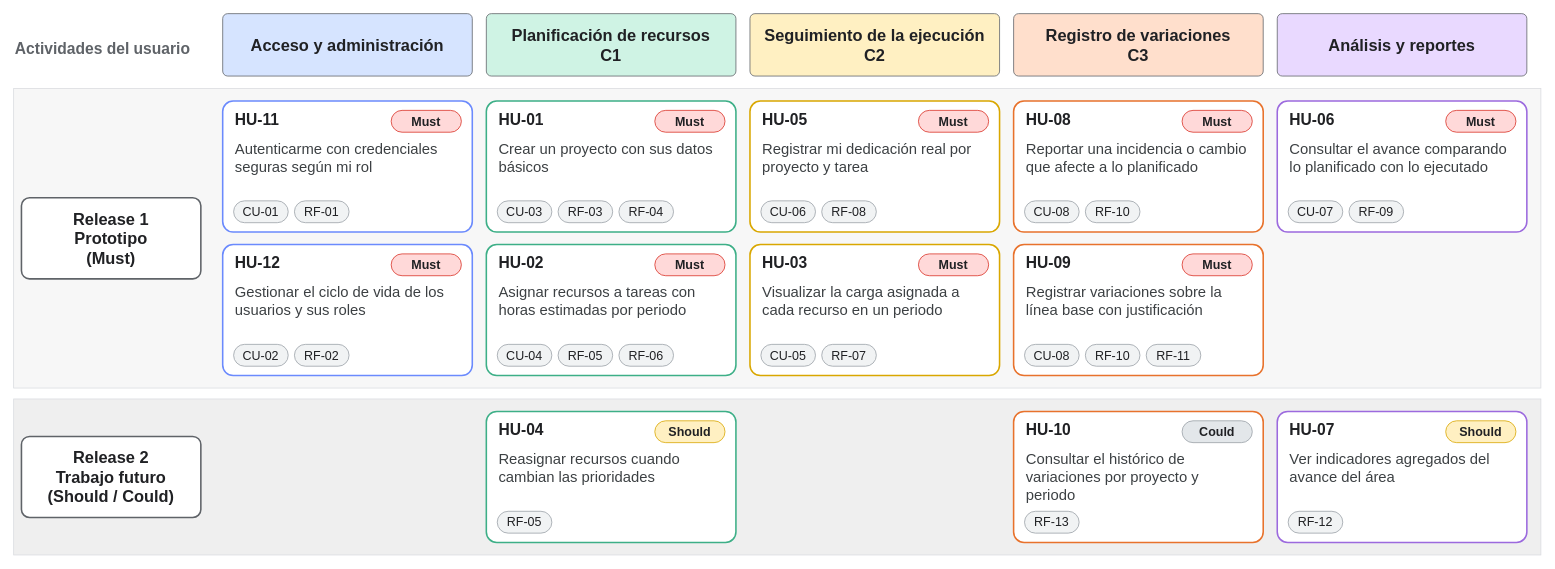
The draw.io diagram Docs/User_History_Map/Mapa_Historias_Usuario.drawio in tfm-missi-2026/orquestacion, before the edit. Source tidied: cells renumbered, new cells numbered last; positions are measured from the earlier drawing's top-left corner, leaving out a move shared by most shapes. Both pictures are drawn from the tidied source at 78%, with x=0, y=0 at pixel (13, 13).
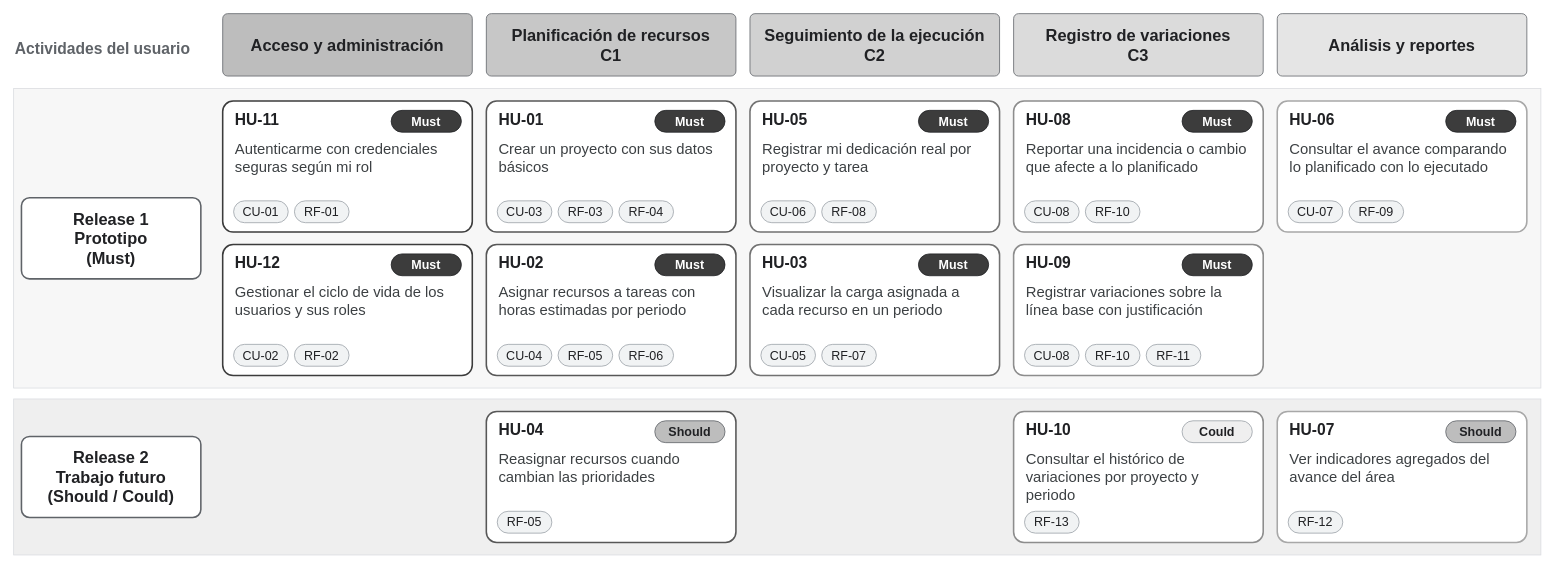
Above is the later version.

Commit message (it also covers changes not shown here):
Diagramas de secuencias faltantes para el documento de predepósito y actualización de USM

The edit, as a diff of the source:
```diff
@@
-    <mxCell id="3" value="Acceso y administración" style="rounded=1;arcSize=8;html=1;whiteSpace=wrap;fillColor=#D6E4FF;strokeColor=#5F6368;strokeWidth=1;verticalAlign=middle;align=center;spacingLeft=8;spacingRight=8;fontFamily=Helvetica;fontSize=21;fontColor=#202124;fontStyle=1;" parent="1" vertex="1">
+    <mxCell id="3" value="Acceso y administración" style="rounded=1;arcSize=8;html=1;whiteSpace=wrap;fillColor=#BDBDBD;strokeColor=#5F6368;strokeWidth=1;verticalAlign=middle;align=center;spacingLeft=8;spacingRight=8;fontFamily=Helvetica;fontSize=21;fontColor=#202124;fontStyle=1;" parent="1" vertex="1">
       <mxGeometry x="268" width="320" height="80" as="geometry" />
     </mxCell>
-    <mxCell id="4" value="Planificación de recursos&lt;br&gt;C1" style="rounded=1;arcSize=8;html=1;whiteSpace=wrap;fillColor=#CFF3E4;strokeColor=#5F6368;strokeWidth=1;verticalAlign=middle;align=center;spacingLeft=8;spacingRight=8;fontFamily=Helvetica;fontSize=21;fontColor=#202124;fontStyle=1;" parent="1" vertex="1">
+    <mxCell id="4" value="Planificación de recursos&lt;br&gt;C1" style="rounded=1;arcSize=8;html=1;whiteSpace=wrap;fillColor=#C7C7C7;strokeColor=#5F6368;strokeWidth=1;verticalAlign=middle;align=center;spacingLeft=8;spacingRight=8;fontFamily=Helvetica;fontSize=21;fontColor=#202124;fontStyle=1;" parent="1" vertex="1">
       <mxGeometry x="606" width="320" height="80" as="geometry" />
     </mxCell>
-    <mxCell id="5" value="Seguimiento de la ejecución&lt;br&gt;C2" style="rounded=1;arcSize=8;html=1;whiteSpace=wrap;fillColor=#FFF0C2;strokeColor=#5F6368;strokeWidth=1;verticalAlign=middle;align=center;spacingLeft=8;spacingRight=8;fontFamily=Helvetica;fontSize=21;fontColor=#202124;fontStyle=1;" parent="1" vertex="1">
+    <mxCell id="5" value="Seguimiento de la ejecución&lt;br&gt;C2" style="rounded=1;arcSize=8;html=1;whiteSpace=wrap;fillColor=#D1D1D1;strokeColor=#5F6368;strokeWidth=1;verticalAlign=middle;align=center;spacingLeft=8;spacingRight=8;fontFamily=Helvetica;fontSize=21;fontColor=#202124;fontStyle=1;" parent="1" vertex="1">
       <mxGeometry x="944" width="320" height="80" as="geometry" />
     </mxCell>
-    <mxCell id="6" value="Registro de variaciones&lt;br&gt;C3" style="rounded=1;arcSize=8;html=1;whiteSpace=wrap;fillColor=#FFDFCC;strokeColor=#5F6368;strokeWidth=1;verticalAlign=middle;align=center;spacingLeft=8;spacingRight=8;fontFamily=Helvetica;fontSize=21;fontColor=#202124;fontStyle=1;" parent="1" vertex="1">
+    <mxCell id="6" value="Registro de variaciones&lt;br&gt;C3" style="rounded=1;arcSize=8;html=1;whiteSpace=wrap;fillColor=#DBDBDB;strokeColor=#5F6368;strokeWidth=1;verticalAlign=middle;align=center;spacingLeft=8;spacingRight=8;fontFamily=Helvetica;fontSize=21;fontColor=#202124;fontStyle=1;" parent="1" vertex="1">
       <mxGeometry x="1282" width="320" height="80" as="geometry" />
     </mxCell>
-    <mxCell id="7" value="Análisis y reportes" style="rounded=1;arcSize=8;html=1;whiteSpace=wrap;fillColor=#E9D9FF;strokeColor=#5F6368;strokeWidth=1;verticalAlign=middle;align=center;spacingLeft=8;spacingRight=8;fontFamily=Helvetica;fontSize=21;fontColor=#202124;fontStyle=1;" parent="1" vertex="1">
+    <mxCell id="7" value="Análisis y reportes" style="rounded=1;arcSize=8;html=1;whiteSpace=wrap;fillColor=#E5E5E5;strokeColor=#5F6368;strokeWidth=1;verticalAlign=middle;align=center;spacingLeft=8;spacingRight=8;fontFamily=Helvetica;fontSize=21;fontColor=#202124;fontStyle=1;" parent="1" vertex="1">
       <mxGeometry x="1620" width="320" height="80" as="geometry" />
     </mxCell>
@@
-    <mxCell id="10" style="rounded=1;arcSize=8;html=1;whiteSpace=wrap;fillColor=#FFFFFF;strokeColor=#6B8AFD;strokeWidth=2;verticalAlign=top;align=left;" parent="1" vertex="1">
+    <mxCell id="10" style="rounded=1;arcSize=8;html=1;whiteSpace=wrap;fillColor=#FFFFFF;strokeColor=#3C3C3C;strokeWidth=2;verticalAlign=top;align=left;" parent="1" vertex="1">
       <mxGeometry x="268" y="112" width="320" height="168" as="geometry" />
     </mxCell>
@@
-    <mxCell id="12" value="Must" style="rounded=1;arcSize=50;html=1;whiteSpace=wrap;fillColor=#FFD9D9;strokeColor=#D93025;strokeWidth=1;align=center;verticalAlign=middle;fontFamily=Helvetica;fontSize=16;fontColor=#202124;fontStyle=1;" parent="1" vertex="1">
+    <mxCell id="12" value="Must" style="rounded=1;arcSize=50;html=1;whiteSpace=wrap;fillColor=#3C3C3C;strokeColor=#202124;strokeWidth=1;align=center;verticalAlign=middle;fontFamily=Helvetica;fontSize=16;fontColor=#FFFFFF;fontStyle=1;" parent="1" vertex="1">
       <mxGeometry x="484" y="124" width="90" height="28" as="geometry" />
     </mxCell>
@@
-    <mxCell id="16" style="rounded=1;arcSize=8;html=1;whiteSpace=wrap;fillColor=#FFFFFF;strokeColor=#6B8AFD;strokeWidth=2;verticalAlign=top;align=left;" parent="1" vertex="1">
+    <mxCell id="16" style="rounded=1;arcSize=8;html=1;whiteSpace=wrap;fillColor=#FFFFFF;strokeColor=#3C3C3C;strokeWidth=2;verticalAlign=top;align=left;" parent="1" vertex="1">
       <mxGeometry x="268" y="296" width="320" height="168" as="geometry" />
     </mxCell>
@@
-    <mxCell id="18" value="Must" style="rounded=1;arcSize=50;html=1;whiteSpace=wrap;fillColor=#FFD9D9;strokeColor=#D93025;strokeWidth=1;align=center;verticalAlign=middle;fontFamily=Helvetica;fontSize=16;fontColor=#202124;fontStyle=1;" parent="1" vertex="1">
+    <mxCell id="18" value="Must" style="rounded=1;arcSize=50;html=1;whiteSpace=wrap;fillColor=#3C3C3C;strokeColor=#202124;strokeWidth=1;align=center;verticalAlign=middle;fontFamily=Helvetica;fontSize=16;fontColor=#FFFFFF;fontStyle=1;" parent="1" vertex="1">
       <mxGeometry x="484" y="308" width="90" height="28" as="geometry" />
     </mxCell>
@@
-    <mxCell id="22" style="rounded=1;arcSize=8;html=1;whiteSpace=wrap;fillColor=#FFFFFF;strokeColor=#3DAF87;strokeWidth=2;verticalAlign=top;align=left;" parent="1" vertex="1">
+    <mxCell id="22" style="rounded=1;arcSize=8;html=1;whiteSpace=wrap;fillColor=#FFFFFF;strokeColor=#575757;strokeWidth=2;verticalAlign=top;align=left;" parent="1" vertex="1">
       <mxGeometry x="606" y="112" width="320" height="168" as="geometry" />
     </mxCell>
@@
-    <mxCell id="24" value="Must" style="rounded=1;arcSize=50;html=1;whiteSpace=wrap;fillColor=#FFD9D9;strokeColor=#D93025;strokeWidth=1;align=center;verticalAlign=middle;fontFamily=Helvetica;fontSize=16;fontColor=#202124;fontStyle=1;" parent="1" vertex="1">
+    <mxCell id="24" value="Must" style="rounded=1;arcSize=50;html=1;whiteSpace=wrap;fillColor=#3C3C3C;strokeColor=#202124;strokeWidth=1;align=center;verticalAlign=middle;fontFamily=Helvetica;fontSize=16;fontColor=#FFFFFF;fontStyle=1;" parent="1" vertex="1">
       <mxGeometry x="822" y="124" width="90" height="28" as="geometry" />
     </mxCell>
@@
-    <mxCell id="29" style="rounded=1;arcSize=8;html=1;whiteSpace=wrap;fillColor=#FFFFFF;strokeColor=#3DAF87;strokeWidth=2;verticalAlign=top;align=left;" parent="1" vertex="1">
+    <mxCell id="29" style="rounded=1;arcSize=8;html=1;whiteSpace=wrap;fillColor=#FFFFFF;strokeColor=#575757;strokeWidth=2;verticalAlign=top;align=left;" parent="1" vertex="1">
       <mxGeometry x="606" y="296" width="320" height="168" as="geometry" />
     </mxCell>
@@
-    <mxCell id="31" value="Must" style="rounded=1;arcSize=50;html=1;whiteSpace=wrap;fillColor=#FFD9D9;strokeColor=#D93025;strokeWidth=1;align=center;verticalAlign=middle;fontFamily=Helvetica;fontSize=16;fontColor=#202124;fontStyle=1;" parent="1" vertex="1">
+    <mxCell id="31" value="Must" style="rounded=1;arcSize=50;html=1;whiteSpace=wrap;fillColor=#3C3C3C;strokeColor=#202124;strokeWidth=1;align=center;verticalAlign=middle;fontFamily=Helvetica;fontSize=16;fontColor=#FFFFFF;fontStyle=1;" parent="1" vertex="1">
       <mxGeometry x="822" y="308" width="90" height="28" as="geometry" />
     </mxCell>
@@
-    <mxCell id="36" style="rounded=1;arcSize=8;html=1;whiteSpace=wrap;fillColor=#FFFFFF;strokeColor=#D9A700;strokeWidth=2;verticalAlign=top;align=left;" parent="1" vertex="1">
+    <mxCell id="36" style="rounded=1;arcSize=8;html=1;whiteSpace=wrap;fillColor=#FFFFFF;strokeColor=#727272;strokeWidth=2;verticalAlign=top;align=left;" parent="1" vertex="1">
       <mxGeometry x="944" y="112" width="320" height="168" as="geometry" />
     </mxCell>
@@
-    <mxCell id="38" value="Must" style="rounded=1;arcSize=50;html=1;whiteSpace=wrap;fillColor=#FFD9D9;strokeColor=#D93025;strokeWidth=1;align=center;verticalAlign=middle;fontFamily=Helvetica;fontSize=16;fontColor=#202124;fontStyle=1;" parent="1" vertex="1">
+    <mxCell id="38" value="Must" style="rounded=1;arcSize=50;html=1;whiteSpace=wrap;fillColor=#3C3C3C;strokeColor=#202124;strokeWidth=1;align=center;verticalAlign=middle;fontFamily=Helvetica;fontSize=16;fontColor=#FFFFFF;fontStyle=1;" parent="1" vertex="1">
       <mxGeometry x="1160" y="124" width="90" height="28" as="geometry" />
     </mxCell>
@@
-    <mxCell id="42" style="rounded=1;arcSize=8;html=1;whiteSpace=wrap;fillColor=#FFFFFF;strokeColor=#D9A700;strokeWidth=2;verticalAlign=top;align=left;" parent="1" vertex="1">
+    <mxCell id="42" style="rounded=1;arcSize=8;html=1;whiteSpace=wrap;fillColor=#FFFFFF;strokeColor=#727272;strokeWidth=2;verticalAlign=top;align=left;" parent="1" vertex="1">
       <mxGeometry x="944" y="296" width="320" height="168" as="geometry" />
     </mxCell>
@@
-    <mxCell id="44" value="Must" style="rounded=1;arcSize=50;html=1;whiteSpace=wrap;fillColor=#FFD9D9;strokeColor=#D93025;strokeWidth=1;align=center;verticalAlign=middle;fontFamily=Helvetica;fontSize=16;fontColor=#202124;fontStyle=1;" parent="1" vertex="1">
+    <mxCell id="44" value="Must" style="rounded=1;arcSize=50;html=1;whiteSpace=wrap;fillColor=#3C3C3C;strokeColor=#202124;strokeWidth=1;align=center;verticalAlign=middle;fontFamily=Helvetica;fontSize=16;fontColor=#FFFFFF;fontStyle=1;" parent="1" vertex="1">
       <mxGeometry x="1160" y="308" width="90" height="28" as="geometry" />
     </mxCell>
@@
-    <mxCell id="48" style="rounded=1;arcSize=8;html=1;whiteSpace=wrap;fillColor=#FFFFFF;strokeColor=#E8722C;strokeWidth=2;verticalAlign=top;align=left;" parent="1" vertex="1">
+    <mxCell id="48" style="rounded=1;arcSize=8;html=1;whiteSpace=wrap;fillColor=#FFFFFF;strokeColor=#8D8D8D;strokeWidth=2;verticalAlign=top;align=left;" parent="1" vertex="1">
       <mxGeometry x="1282" y="112" width="320" height="168" as="geometry" />
     </mxCell>
@@
-    <mxCell id="50" value="Must" style="rounded=1;arcSize=50;html=1;whiteSpace=wrap;fillColor=#FFD9D9;strokeColor=#D93025;strokeWidth=1;align=center;verticalAlign=middle;fontFamily=Helvetica;fontSize=16;fontColor=#202124;fontStyle=1;" parent="1" vertex="1">
+    <mxCell id="50" value="Must" style="rounded=1;arcSize=50;html=1;whiteSpace=wrap;fillColor=#3C3C3C;strokeColor=#202124;strokeWidth=1;align=center;verticalAlign=middle;fontFamily=Helvetica;fontSize=16;fontColor=#FFFFFF;fontStyle=1;" parent="1" vertex="1">
       <mxGeometry x="1498" y="124" width="90" height="28" as="geometry" />
     </mxCell>
@@
-    <mxCell id="54" style="rounded=1;arcSize=8;html=1;whiteSpace=wrap;fillColor=#FFFFFF;strokeColor=#E8722C;strokeWidth=2;verticalAlign=top;align=left;" parent="1" vertex="1">
+    <mxCell id="54" style="rounded=1;arcSize=8;html=1;whiteSpace=wrap;fillColor=#FFFFFF;strokeColor=#8D8D8D;strokeWidth=2;verticalAlign=top;align=left;" parent="1" vertex="1">
       <mxGeometry x="1282" y="296" width="320" height="168" as="geometry" />
     </mxCell>
@@
-    <mxCell id="56" value="Must" style="rounded=1;arcSize=50;html=1;whiteSpace=wrap;fillColor=#FFD9D9;strokeColor=#D93025;strokeWidth=1;align=center;verticalAlign=middle;fontFamily=Helvetica;fontSize=16;fontColor=#202124;fontStyle=1;" parent="1" vertex="1">
+    <mxCell id="56" value="Must" style="rounded=1;arcSize=50;html=1;whiteSpace=wrap;fillColor=#3C3C3C;strokeColor=#202124;strokeWidth=1;align=center;verticalAlign=middle;fontFamily=Helvetica;fontSize=16;fontColor=#FFFFFF;fontStyle=1;" parent="1" vertex="1">
       <mxGeometry x="1498" y="308" width="90" height="28" as="geometry" />
     </mxCell>
@@
-    <mxCell id="61" style="rounded=1;arcSize=8;html=1;whiteSpace=wrap;fillColor=#FFFFFF;strokeColor=#9C6ADE;strokeWidth=2;verticalAlign=top;align=left;" parent="1" vertex="1">
+    <mxCell id="61" style="rounded=1;arcSize=8;html=1;whiteSpace=wrap;fillColor=#FFFFFF;strokeColor=#A8A8A8;strokeWidth=2;verticalAlign=top;align=left;" parent="1" vertex="1">
       <mxGeometry x="1620" y="112" width="320" height="168" as="geometry" />
     </mxCell>
@@
-    <mxCell id="63" value="Must" style="rounded=1;arcSize=50;html=1;whiteSpace=wrap;fillColor=#FFD9D9;strokeColor=#D93025;strokeWidth=1;align=center;verticalAlign=middle;fontFamily=Helvetica;fontSize=16;fontColor=#202124;fontStyle=1;" parent="1" vertex="1">
+    <mxCell id="63" value="Must" style="rounded=1;arcSize=50;html=1;whiteSpace=wrap;fillColor=#3C3C3C;strokeColor=#202124;strokeWidth=1;align=center;verticalAlign=middle;fontFamily=Helvetica;fontSize=16;fontColor=#FFFFFF;fontStyle=1;" parent="1" vertex="1">
       <mxGeometry x="1836" y="124" width="90" height="28" as="geometry" />
     </mxCell>
@@
-    <mxCell id="69" style="rounded=1;arcSize=8;html=1;whiteSpace=wrap;fillColor=#FFFFFF;strokeColor=#3DAF87;strokeWidth=2;verticalAlign=top;align=left;" parent="1" vertex="1">
+    <mxCell id="69" style="rounded=1;arcSize=8;html=1;whiteSpace=wrap;fillColor=#FFFFFF;strokeColor=#575757;strokeWidth=2;verticalAlign=top;align=left;" parent="1" vertex="1">
       <mxGeometry x="606" y="510" width="320" height="168" as="geometry" />
     </mxCell>
@@
-    <mxCell id="71" value="Should" style="rounded=1;arcSize=50;html=1;whiteSpace=wrap;fillColor=#FFF0C2;strokeColor=#D9A700;strokeWidth=1;align=center;verticalAlign=middle;fontFamily=Helvetica;fontSize=16;fontColor=#202124;fontStyle=1;" parent="1" vertex="1">
+    <mxCell id="71" value="Should" style="rounded=1;arcSize=50;html=1;whiteSpace=wrap;fillColor=#BDBDBD;strokeColor=#5F6368;strokeWidth=1;align=center;verticalAlign=middle;fontFamily=Helvetica;fontSize=16;fontColor=#202124;fontStyle=1;" parent="1" vertex="1">
       <mxGeometry x="822" y="522" width="90" height="28" as="geometry" />
     </mxCell>
@@
-    <mxCell id="74" style="rounded=1;arcSize=8;html=1;whiteSpace=wrap;fillColor=#FFFFFF;strokeColor=#E8722C;strokeWidth=2;verticalAlign=top;align=left;" parent="1" vertex="1">
+    <mxCell id="74" style="rounded=1;arcSize=8;html=1;whiteSpace=wrap;fillColor=#FFFFFF;strokeColor=#8D8D8D;strokeWidth=2;verticalAlign=top;align=left;" parent="1" vertex="1">
       <mxGeometry x="1282" y="510" width="320" height="168" as="geometry" />
     </mxCell>
@@
-    <mxCell id="76" value="Could" style="rounded=1;arcSize=50;html=1;whiteSpace=wrap;fillColor=#E3E7EA;strokeColor=#9AA0A6;strokeWidth=1;align=center;verticalAlign=middle;fontFamily=Helvetica;fontSize=16;fontColor=#202124;fontStyle=1;" parent="1" vertex="1">
+    <mxCell id="76" value="Could" style="rounded=1;arcSize=50;html=1;whiteSpace=wrap;fillColor=#EFEFEF;strokeColor=#9AA0A6;strokeWidth=1;align=center;verticalAlign=middle;fontFamily=Helvetica;fontSize=16;fontColor=#202124;fontStyle=1;" parent="1" vertex="1">
       <mxGeometry x="1498" y="522" width="90" height="28" as="geometry" />
     </mxCell>
@@
-    <mxCell id="79" style="rounded=1;arcSize=8;html=1;whiteSpace=wrap;fillColor=#FFFFFF;strokeColor=#9C6ADE;strokeWidth=2;verticalAlign=top;align=left;" parent="1" vertex="1">
+    <mxCell id="79" style="rounded=1;arcSize=8;html=1;whiteSpace=wrap;fillColor=#FFFFFF;strokeColor=#A8A8A8;strokeWidth=2;verticalAlign=top;align=left;" parent="1" vertex="1">
       <mxGeometry x="1620" y="510" width="320" height="168" as="geometry" />
     </mxCell>
@@
-    <mxCell id="81" value="Should" style="rounded=1;arcSize=50;html=1;whiteSpace=wrap;fillColor=#FFF0C2;strokeColor=#D9A700;strokeWidth=1;align=center;verticalAlign=middle;fontFamily=Helvetica;fontSize=16;fontColor=#202124;fontStyle=1;" parent="1" vertex="1">
+    <mxCell id="81" value="Should" style="rounded=1;arcSize=50;html=1;whiteSpace=wrap;fillColor=#BDBDBD;strokeColor=#5F6368;strokeWidth=1;align=center;verticalAlign=middle;fontFamily=Helvetica;fontSize=16;fontColor=#202124;fontStyle=1;" parent="1" vertex="1">
       <mxGeometry x="1836" y="522" width="90" height="28" as="geometry" />
     </mxCell>
```
